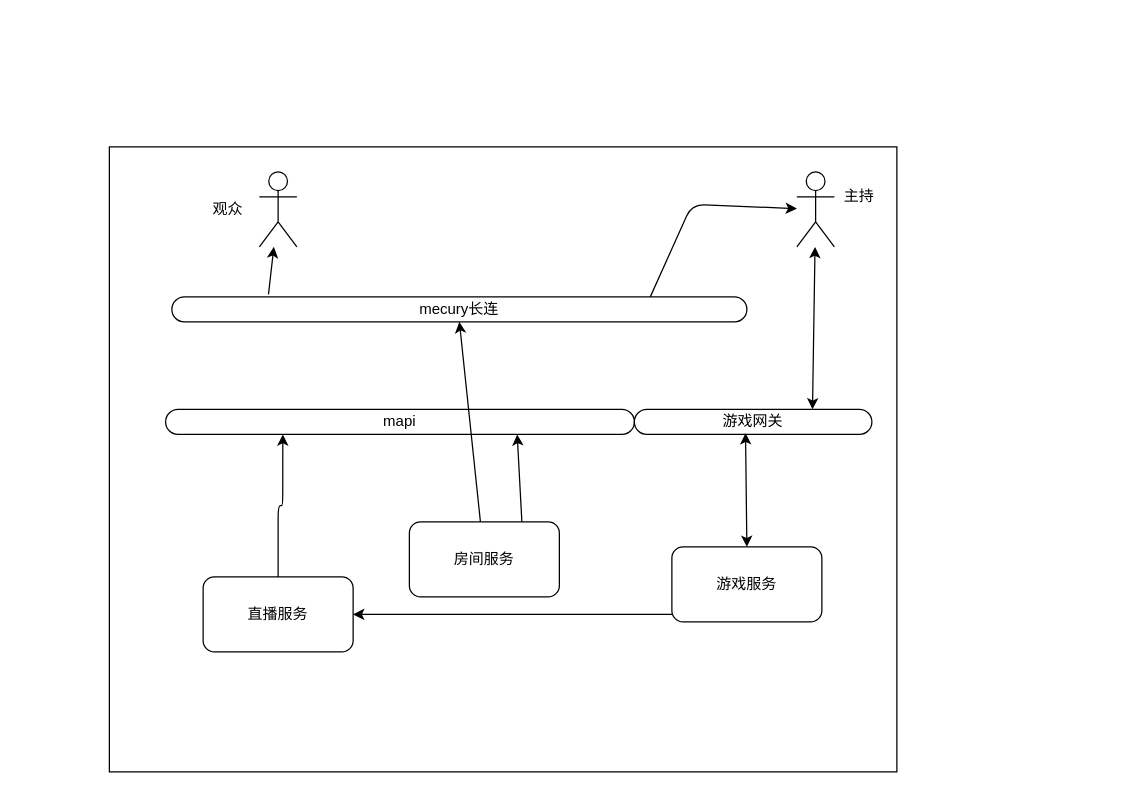
Earlier version of the draw.io diagram src/Untitled Diagram.drawio (qinzhewudao/LearnJavaProject). Source tidied: cells renumbered, new cells numbered last; positions are measured from the earlier drawing's top-left corner, leaving out a move shared by most shapes. Both pictures are drawn from the tidied source at 125%, with x=0, y=0 at pixel (109, 146).
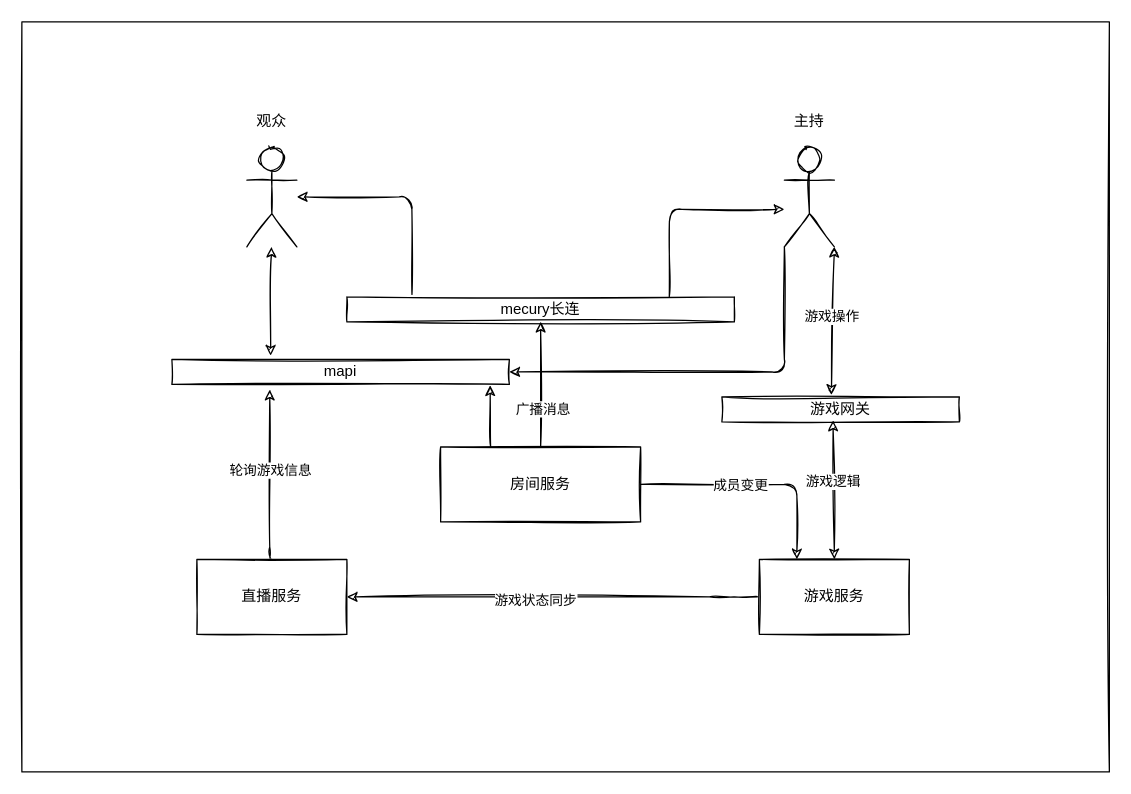
The same page after the edit.

Change to the diagram source:
```diff
@@
-    <mxCell id="2" style="rounded=0;whiteSpace=wrap;html=1;sketch=0;" parent="1" vertex="1">
-      <mxGeometry width="630" height="500" as="geometry" />
+    <mxCell id="2" style="whiteSpace=wrap;html=1;labelBackgroundColor=none;sketch=1;" parent="1" vertex="1">
+      <mxGeometry x="-70" y="-100" width="870" height="600" as="geometry" />
     </mxCell>
-    <mxCell id="3" value="mapi" style="rounded=1;whiteSpace=wrap;html=1;sketch=0;arcSize=50;" parent="1" vertex="1">
-      <mxGeometry x="45" y="210" width="375" height="20" as="geometry" />
+    <mxCell id="3" value="mapi" style="whiteSpace=wrap;html=1;arcSize=50;labelBackgroundColor=none;sketch=1;" parent="1" vertex="1">
+      <mxGeometry x="50" y="170" width="270" height="20" as="geometry" />
     </mxCell>
-    <mxCell id="4" style="shape=umlActor;verticalLabelPosition=bottom;verticalAlign=top;html=1;outlineConnect=0;rounded=0;sketch=0;" parent="1" vertex="1">
-      <mxGeometry x="120" y="20" width="30" height="60" as="geometry" />
+    <mxCell id="4" style="shape=umlActor;verticalLabelPosition=bottom;verticalAlign=top;html=1;outlineConnect=0;labelBackgroundColor=none;sketch=1;" parent="1" vertex="1">
+      <mxGeometry x="110" width="40" height="80" as="geometry" />
     </mxCell>
-    <mxCell id="5" style="shape=umlActor;verticalLabelPosition=bottom;verticalAlign=top;html=1;outlineConnect=0;rounded=0;sketch=0;" parent="1" vertex="1">
-      <mxGeometry x="550" y="20" width="30" height="60" as="geometry" />
+    <mxCell id="5" style="shape=umlActor;verticalLabelPosition=bottom;verticalAlign=top;html=1;outlineConnect=0;labelBackgroundColor=none;sketch=1;" parent="1" vertex="1">
+      <mxGeometry x="540" width="40" height="80" as="geometry" />
     </mxCell>
-    <mxCell id="6" value="游戏网关" style="rounded=1;whiteSpace=wrap;html=1;sketch=0;arcSize=50;" parent="1" vertex="1">
-      <mxGeometry x="420" y="210" width="190" height="20" as="geometry" />
+    <mxCell id="6" value="游戏网关" style="whiteSpace=wrap;html=1;arcSize=50;labelBackgroundColor=none;sketch=1;" parent="1" vertex="1">
+      <mxGeometry x="490" y="200" width="190" height="20" as="geometry" />
     </mxCell>
-    <mxCell id="7" style="edgeStyle=orthogonalEdgeStyle;curved=0;rounded=1;sketch=0;jettySize=auto;html=1;entryX=0.25;entryY=1;entryDx=0;entryDy=0;" parent="1" edge="1" source="8" target="3">
-      <mxGeometry relative="1" as="geometry" />
+    <mxCell id="7" style="edgeStyle=orthogonalEdgeStyle;jettySize=auto;html=1;entryX=0.29;entryY=1.215;entryDx=0;entryDy=0;labelBackgroundColor=none;sketch=1;entryPerimeter=0;exitX=0.5;exitY=0;exitDx=0;exitDy=0;" parent="1" edge="1" source="8" target="3">
+      <mxGeometry relative="1" as="geometry">
+        <Array as="points">
+          <mxPoint x="128" y="330" />
+        </Array>
+      </mxGeometry>
     </mxCell>
+    <mxCell id="21" value="轮询游戏信息" style="edgeLabel;html=1;align=center;verticalAlign=middle;" parent="7" vertex="1">
+      <mxGeometry x="0.06" relative="1" as="geometry" />
+    </mxCell>
-    <mxCell id="8" value="直播服务" style="rounded=1;whiteSpace=wrap;html=1;sketch=0;" parent="1" vertex="1">
-      <mxGeometry x="75" y="344" width="120" height="60" as="geometry" />
+    <mxCell id="8" value="直播服务" style="whiteSpace=wrap;html=1;labelBackgroundColor=none;sketch=1;" parent="1" vertex="1">
+      <mxGeometry x="70" y="330" width="120" height="60" as="geometry" />
     </mxCell>
-    <mxCell id="9" style="edgeStyle=orthogonalEdgeStyle;curved=0;rounded=1;sketch=0;jettySize=auto;html=1;entryX=1;entryY=0.5;entryDx=0;entryDy=0;exitX=0.5;exitY=1;exitDx=0;exitDy=0;" parent="1" edge="1" source="10" target="8">
+    <mxCell id="9" style="edgeStyle=orthogonalEdgeStyle;jettySize=auto;html=1;entryX=1;entryY=0.5;entryDx=0;entryDy=0;exitX=0;exitY=0.5;exitDx=0;exitDy=0;labelBackgroundColor=none;sketch=1;" parent="1" edge="1" source="10" target="8">
       <mxGeometry relative="1" as="geometry">
         <Array as="points">
-          <mxPoint x="510" y="374" />
+          <mxPoint x="490" y="360" />
+          <mxPoint x="490" y="360" />
         </Array>
       </mxGeometry>
     </mxCell>
+    <mxCell id="22" value="游戏状态同步" style="edgeLabel;html=1;align=center;verticalAlign=middle;" parent="9" vertex="1">
+      <mxGeometry x="0.09" y="2" relative="1" as="geometry" />
+    </mxCell>
-    <mxCell id="10" value="游戏服务" style="rounded=1;whiteSpace=wrap;html=1;sketch=0;" parent="1" vertex="1">
-      <mxGeometry x="450" y="320" width="120" height="60" as="geometry" />
+    <mxCell id="10" value="游戏服务" style="whiteSpace=wrap;html=1;labelBackgroundColor=none;sketch=1;" parent="1" vertex="1">
+      <mxGeometry x="520" y="330" width="120" height="60" as="geometry" />
     </mxCell>
-    <mxCell id="11" value="房间服务" style="rounded=1;whiteSpace=wrap;html=1;sketch=0;" parent="1" vertex="1">
-      <mxGeometry x="240" y="300" width="120" height="60" as="geometry" />
+    <mxCell id="11" value="房间服务" style="whiteSpace=wrap;html=1;labelBackgroundColor=none;sketch=1;" parent="1" vertex="1">
+      <mxGeometry x="265" y="240" width="160" height="60" as="geometry" />
     </mxCell>
-    <mxCell id="12" value="mecury长连" style="rounded=1;whiteSpace=wrap;html=1;sketch=0;arcSize=50;" parent="1" vertex="1">
-      <mxGeometry x="50" y="120" width="460" height="20" as="geometry" />
+    <mxCell id="12" value="mecury长连" style="whiteSpace=wrap;html=1;arcSize=50;labelBackgroundColor=none;sketch=1;" parent="1" vertex="1">
+      <mxGeometry x="190" y="120" width="310" height="20" as="geometry" />
     </mxCell>
-    <mxCell id="13" style="endArrow=classic;html=1;exitX=0.832;exitY=0;exitDx=0;exitDy=0;exitPerimeter=0;" parent="1" edge="1" source="12" target="5">
+    <mxCell id="13" style="endArrow=classic;html=1;exitX=0.832;exitY=0;exitDx=0;exitDy=0;exitPerimeter=0;labelBackgroundColor=none;sketch=1;" parent="1" edge="1" source="12">
       <mxGeometry relative="1" as="geometry">
+        <mxPoint x="540" y="50" as="targetPoint" />
         <Array as="points">
-          <mxPoint x="466" y="46" />
+          <mxPoint x="448" y="50" />
         </Array>
       </mxGeometry>
     </mxCell>
-    <mxCell id="14" style="endArrow=classic;html=1;exitX=0.168;exitY=-0.1;exitDx=0;exitDy=0;exitPerimeter=0;" parent="1" edge="1" source="12" target="4">
-      <mxGeometry relative="1" as="geometry" />
+    <mxCell id="14" style="endArrow=classic;html=1;exitX=0.168;exitY=-0.1;exitDx=0;exitDy=0;exitPerimeter=0;labelBackgroundColor=none;sketch=1;" parent="1" edge="1" source="12" target="4">
+      <mxGeometry relative="1" as="geometry">
+        <Array as="points">
+          <mxPoint x="242" y="40" />
+        </Array>
+      </mxGeometry>
     </mxCell>
-    <mxCell id="15" style="endArrow=classic;startArrow=classic;html=1;exitX=0.75;exitY=0;exitDx=0;exitDy=0;rounded=1;" parent="1" edge="1" source="6" target="5">
+    <mxCell id="15" style="endArrow=classic;startArrow=classic;html=1;exitX=0.461;exitY=-0.079;exitDx=0;exitDy=0;labelBackgroundColor=none;sketch=1;entryX=1;entryY=1;entryDx=0;entryDy=0;entryPerimeter=0;exitPerimeter=0;" parent="1" edge="1" source="6" target="5">
       <mxGeometry relative="1" as="geometry" />
     </mxCell>
+    <mxCell id="23" value="游戏操作" style="edgeLabel;html=1;align=center;verticalAlign=middle;" parent="15" vertex="1">
+      <mxGeometry x="0.06" y="1" relative="1" as="geometry" />
+    </mxCell>
-    <mxCell id="16" style="endArrow=classic;html=1;entryX=0.75;entryY=1;entryDx=0;entryDy=0;exitX=0.75;exitY=0;exitDx=0;exitDy=0;" parent="1" edge="1" source="11" target="3">
+    <mxCell id="16" style="endArrow=classic;html=1;entryX=0.943;entryY=1.038;entryDx=0;entryDy=0;exitX=0.25;exitY=0;exitDx=0;exitDy=0;labelBackgroundColor=none;sketch=1;entryPerimeter=0;" parent="1" edge="1" source="11" target="3">
       <mxGeometry relative="1" as="geometry" />
     </mxCell>
-    <mxCell id="17" style="endArrow=classic;html=1;entryX=0.5;entryY=1;entryDx=0;entryDy=0;" parent="1" edge="1" source="11" target="12">
+    <mxCell id="17" style="endArrow=classic;html=1;entryX=0.5;entryY=1;entryDx=0;entryDy=0;labelBackgroundColor=none;sketch=1;exitX=0.5;exitY=0;exitDx=0;exitDy=0;" parent="1" edge="1" source="11" target="12">
       <mxGeometry relative="1" as="geometry" />
     </mxCell>
+    <mxCell id="24" value="广播消息" style="edgeLabel;html=1;align=center;verticalAlign=middle;" parent="17" vertex="1">
+      <mxGeometry x="-0.38" y="-1" relative="1" as="geometry" />
+    </mxCell>
-    <mxCell id="18" style="endArrow=classic;startArrow=classic;html=1;entryX=0.468;entryY=0.95;entryDx=0;entryDy=0;entryPerimeter=0;exitX=0.5;exitY=0;exitDx=0;exitDy=0;" parent="1" edge="1" source="10" target="6">
+    <mxCell id="18" style="endArrow=classic;startArrow=classic;html=1;entryX=0.468;entryY=0.95;entryDx=0;entryDy=0;entryPerimeter=0;exitX=0.5;exitY=0;exitDx=0;exitDy=0;labelBackgroundColor=none;sketch=1;" parent="1" edge="1" source="10" target="6">
       <mxGeometry relative="1" as="geometry" />
     </mxCell>
+    <mxCell id="25" value="游戏逻辑" style="edgeLabel;html=1;align=center;verticalAlign=middle;" parent="18" vertex="1">
+      <mxGeometry x="0.14" y="1" relative="1" as="geometry" />
+    </mxCell>
-    <mxCell id="19" value="观众" style="text;html=1;strokeColor=none;fillColor=none;align=center;verticalAlign=middle;whiteSpace=wrap;rounded=0;sketch=0;" parent="1" vertex="1">
-      <mxGeometry x="75" y="40" width="40" height="20" as="geometry" />
+    <mxCell id="19" value="观众" style="text;html=1;strokeColor=none;fillColor=none;align=center;verticalAlign=middle;whiteSpace=wrap;labelBackgroundColor=none;sketch=1;" parent="1" vertex="1">
+      <mxGeometry x="110" y="-30" width="40" height="20" as="geometry" />
     </mxCell>
-    <mxCell id="20" value="主持" style="text;html=1;strokeColor=none;fillColor=none;align=center;verticalAlign=middle;whiteSpace=wrap;rounded=0;sketch=0;" parent="1" vertex="1">
-      <mxGeometry x="580" y="30" width="40" height="20" as="geometry" />
+    <mxCell id="20" value="主持" style="text;html=1;strokeColor=none;fillColor=none;align=center;verticalAlign=middle;whiteSpace=wrap;labelBackgroundColor=none;sketch=1;" parent="1" vertex="1">
+      <mxGeometry x="540" y="-30" width="40" height="20" as="geometry" />
     </mxCell>
+    <mxCell id="26" style="endArrow=classic;startArrow=classic;html=1;labelBackgroundColor=none;sketch=1;" parent="1" edge="1" source="4">
+      <mxGeometry relative="1" as="geometry">
+        <mxPoint x="129" y="167" as="targetPoint" />
+      </mxGeometry>
+    </mxCell>
+    <mxCell id="27" style="endArrow=classic;html=1;labelBackgroundColor=none;exitX=0;exitY=1;exitDx=0;exitDy=0;exitPerimeter=0;entryX=1;entryY=0.5;entryDx=0;entryDy=0;sketch=1;" parent="1" edge="1" source="5" target="3">
+      <mxGeometry relative="1" as="geometry">
+        <Array as="points">
+          <mxPoint x="540" y="180" />
+        </Array>
+      </mxGeometry>
+    </mxCell>
+    <mxCell id="28" style="endArrow=classic;html=1;entryX=0.25;entryY=0;entryDx=0;entryDy=0;exitX=1;exitY=0.5;exitDx=0;exitDy=0;labelBackgroundColor=none;sketch=1;" parent="1" edge="1" source="11" target="10">
+      <mxGeometry relative="1" as="geometry">
+        <Array as="points">
+          <mxPoint x="550" y="270" />
+        </Array>
+      </mxGeometry>
+    </mxCell>
+    <mxCell id="29" value="成员变更" style="edgeLabel;html=1;align=center;verticalAlign=middle;" parent="28" vertex="1">
+      <mxGeometry x="-0.15" relative="1" as="geometry" />
+    </mxCell>
```
